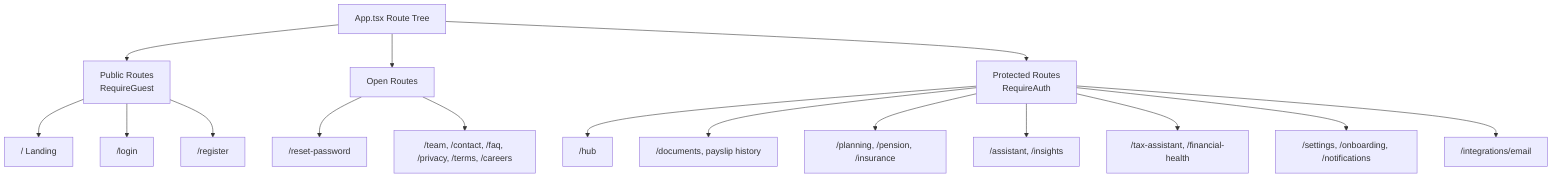
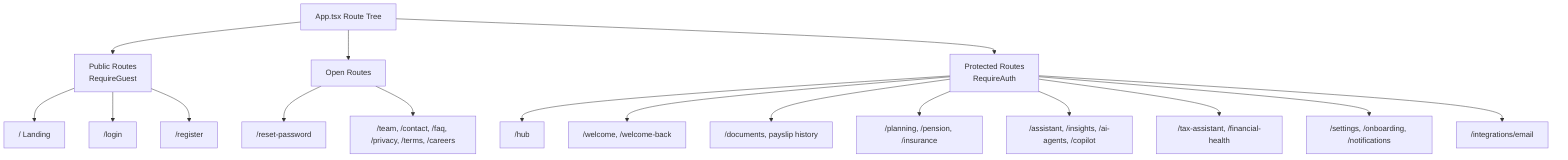
flowchart TB
  Root["App.tsx Route Tree"]

  Root --> Public["Public Routes\nRequireGuest"]
  Root --> Open["Open Routes"]
  Root --> Protected["Protected Routes\nRequireAuth"]

  Public --> Home["/ Landing"]
  Public --> Login["/login"]
  Public --> Register["/register"]

  Open --> Reset["/reset-password"]
  Open --> Marketing["/team, /contact, /faq, /privacy, /terms, /careers"]

  Protected --> Hub["/hub"]
+   Protected --> Welcome["/welcome, /welcome-back"]
  Protected --> Docs["/documents, payslip history"]
  Protected --> Finance["/planning, /pension, /insurance"]
-   Protected --> AI["/assistant, /insights"]
+   Protected --> AI["/assistant, /insights, /ai-agents, /copilot"]
  Protected --> Tools["/tax-assistant, /financial-health"]
  Protected --> User["/settings, /onboarding, /notifications"]
  Protected --> Integrations["/integrations/email"]
